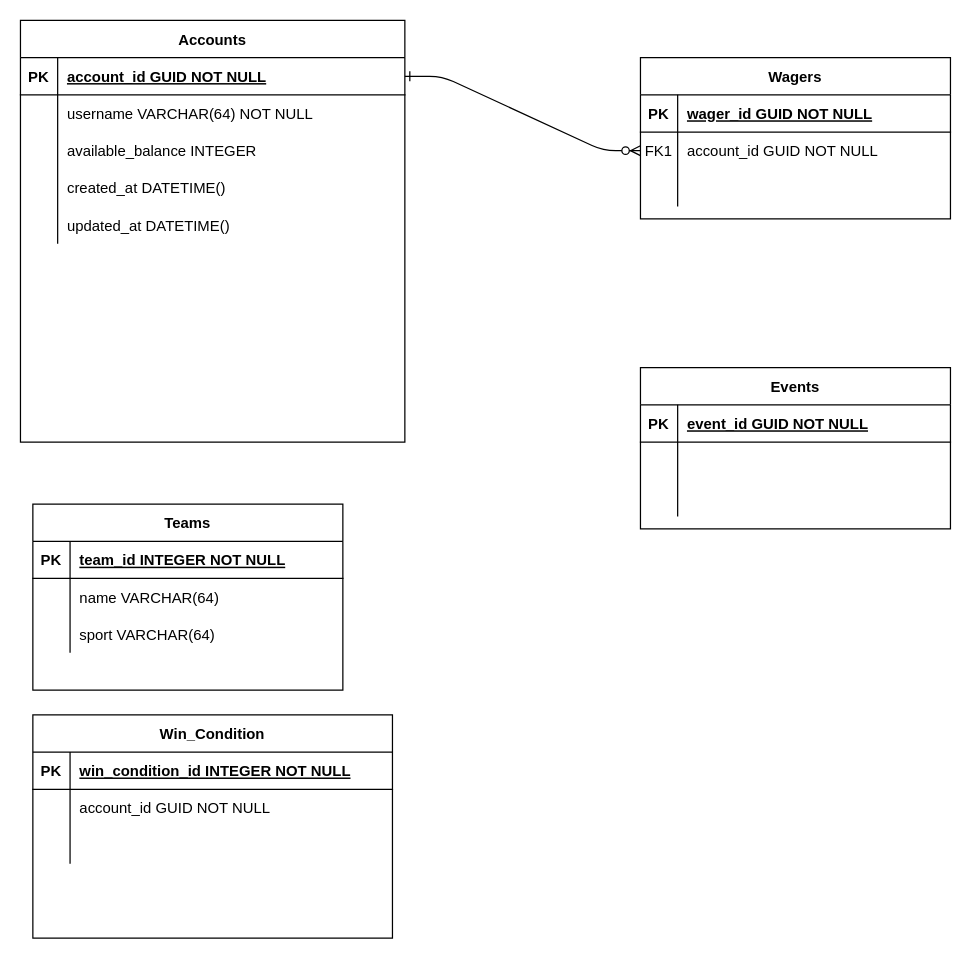
This is SportsBetsUML.drawio from rahrahfez/SportsBetsAPI, a draw.io file, before an edit. Source tidied: cells renumbered, new cells numbered last; positions are measured from the earlier drawing's top-left corner, leaving out a move shared by most shapes. Both pictures are drawn from the tidied source at 124%, with x=0, y=0 at pixel (20, 20).
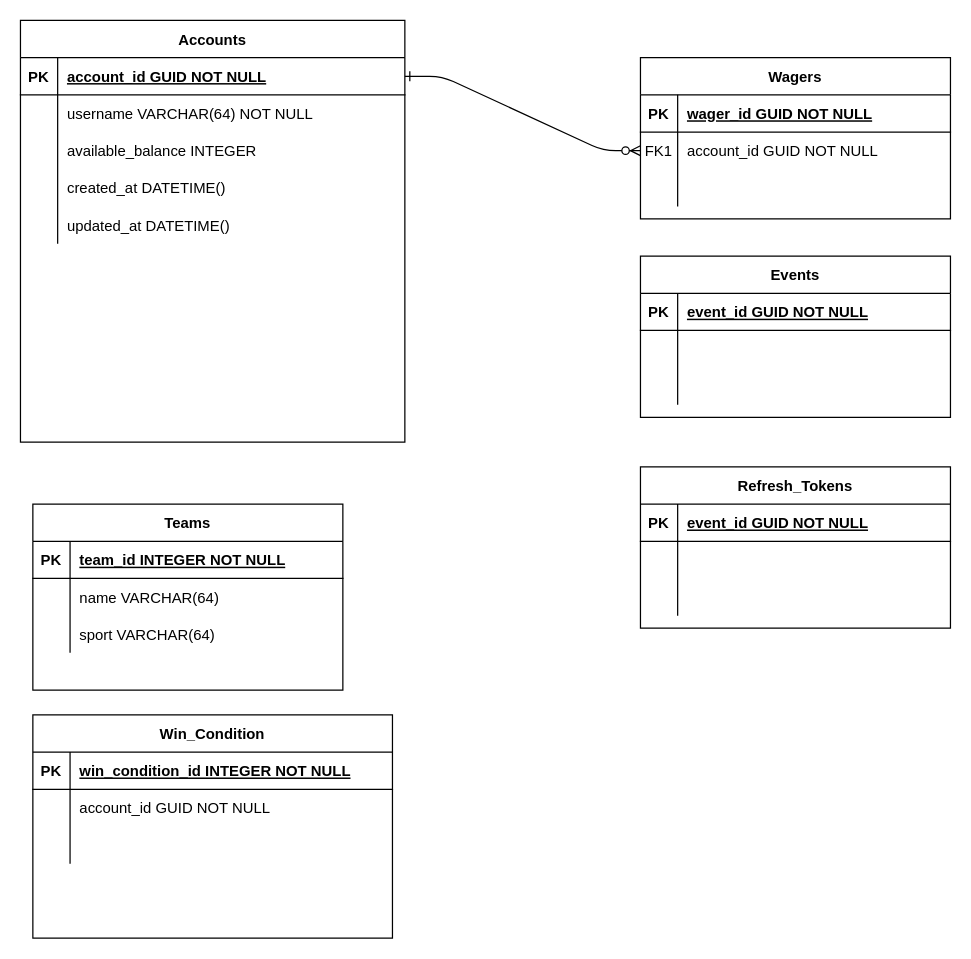
The same page after the edit.

What changed in the source:
```diff
@@
     <mxCell id="50" value="Events" style="shape=table;startSize=30;childLayout=tableLayout;rowLines=0;fontStyle=1;align=center;" parent="1" vertex="1">
-      <mxGeometry x="500" y="280" width="250" height="130" as="geometry" />
+      <mxGeometry x="500" y="190" width="250" height="130" as="geometry" />
     </mxCell>
@@
+    <mxCell id="60" value="Refresh_Tokens" style="shape=table;startSize=30;childLayout=tableLayout;rowLines=0;fontStyle=1;align=center;" parent="1" vertex="1">
+      <mxGeometry x="500" y="360" width="250" height="130" as="geometry" />
+    </mxCell>
+    <mxCell id="61" style="shape=partialRectangle;fillColor=none;top=0;left=0;right=0;bottom=1;" parent="60" vertex="1">
+      <mxGeometry y="30" width="250" height="30" as="geometry" />
+    </mxCell>
+    <mxCell id="62" value="PK" style="shape=partialRectangle;overflow=hidden;fillColor=none;top=0;left=0;bottom=0;right=0;fontStyle=1;" parent="61" vertex="1">
+      <mxGeometry width="30" height="30" as="geometry" />
+    </mxCell>
+    <mxCell id="63" value="event_id GUID NOT NULL" style="shape=partialRectangle;overflow=hidden;fillColor=none;top=0;left=0;bottom=0;right=0;align=left;spacingLeft=6;fontStyle=5;" parent="61" vertex="1">
+      <mxGeometry x="30" width="220" height="30" as="geometry" />
+    </mxCell>
+    <mxCell id="64" style="shape=partialRectangle;fillColor=none;top=0;left=0;right=0;bottom=0;" parent="60" vertex="1">
+      <mxGeometry y="60" width="250" height="30" as="geometry" />
+    </mxCell>
+    <mxCell id="65" style="shape=partialRectangle;overflow=hidden;fillColor=none;top=0;left=0;bottom=0;right=0;" parent="64" vertex="1">
+      <mxGeometry width="30" height="30" as="geometry" />
+    </mxCell>
+    <mxCell id="66" style="shape=partialRectangle;overflow=hidden;fillColor=none;top=0;left=0;bottom=0;right=0;align=left;spacingLeft=6;" parent="64" vertex="1">
+      <mxGeometry x="30" width="220" height="30" as="geometry" />
+    </mxCell>
+    <mxCell id="67" style="shape=partialRectangle;fillColor=none;top=0;left=0;right=0;bottom=0;" parent="60" vertex="1">
+      <mxGeometry y="90" width="250" height="30" as="geometry" />
+    </mxCell>
+    <mxCell id="68" style="shape=partialRectangle;overflow=hidden;fillColor=none;top=0;left=0;bottom=0;right=0;" parent="67" vertex="1">
+      <mxGeometry width="30" height="30" as="geometry" />
+    </mxCell>
+    <mxCell id="69" style="shape=partialRectangle;overflow=hidden;fillColor=none;top=0;left=0;bottom=0;right=0;align=left;spacingLeft=6;" parent="67" vertex="1">
+      <mxGeometry x="30" width="220" height="30" as="geometry" />
+    </mxCell>
```
